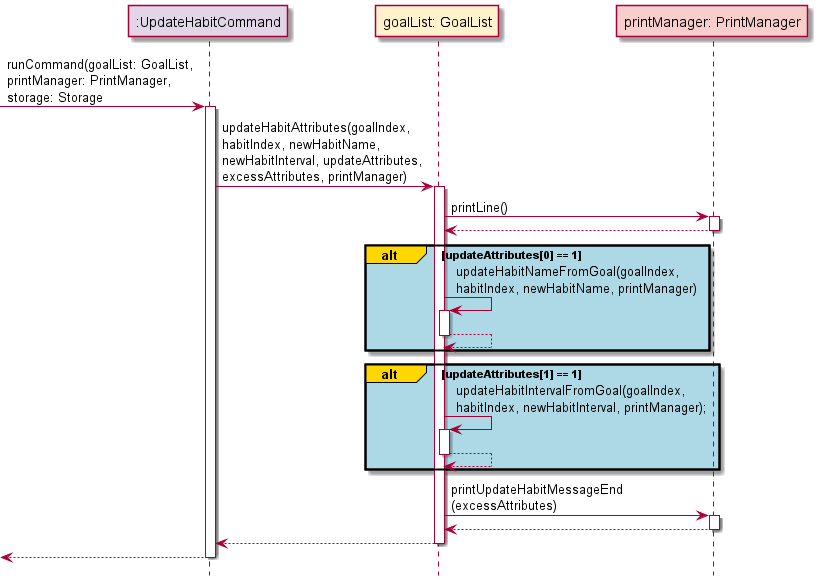
Before: docs/Diagram_Images/Implementation_Diagram_Images/UpdateHabitCommandSequenceDiagram.png, a diagram exported from PlantUML (nus-cs2113-AY2122S1/tp).
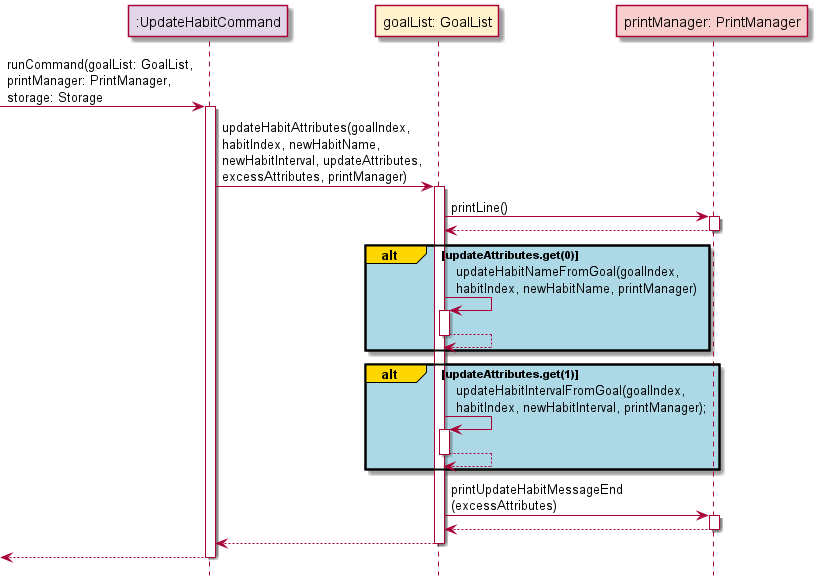
After the commit.

Commit message:
Update sequence diagrams for Update Command

Diff of the diagram source:
```diff
@@ -16,14 +16,14 @@
 printManager --> goalList
 deactivate printManager
 
-alt#gold #lightblue updateAttributes[0] == 1
+alt#gold #lightblue updateAttributes.get(0)
 goalList -> goalList: updateHabitNameFromGoal(goalIndex,\nhabitIndex, newHabitName, printManager)
 activate goalList
 goalList --> goalList:
 deactivate goalList
 end
 
-alt#gold #lightblue updateAttributes[1] == 1
+alt#gold #lightblue updateAttributes.get(1)
 goalList -> goalList: updateHabitIntervalFromGoal(goalIndex, \nhabitIndex, newHabitInterval, printManager);
 activate goalList
 goalList --> goalList:
```
